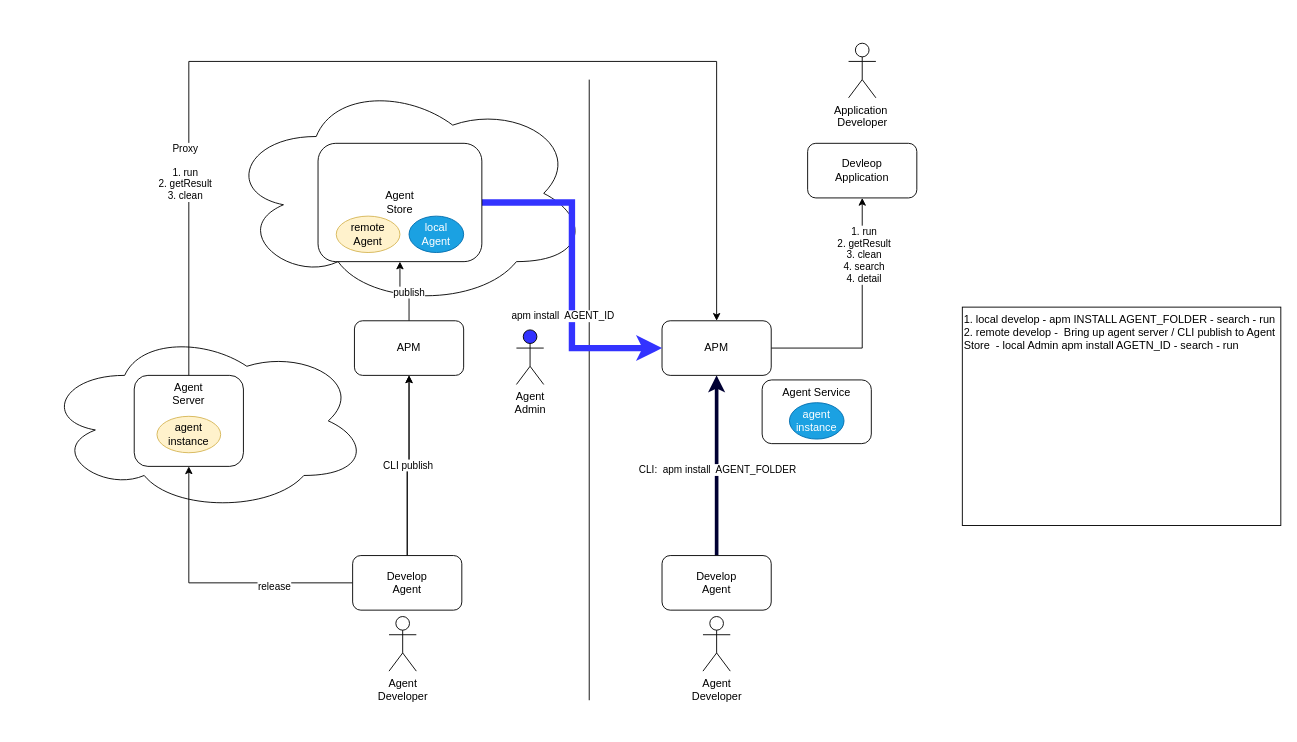
fynal-ai/aidocs keeps this draw.io diagram as page "Agent Business" (4 of 5) of assets/fynal_arch.drawio. Above is the earlier version. Source tidied: cells renumbered, new cells numbered last; positions are measured from the earlier drawing's top-left corner, leaving out a move shared by most shapes. Both pictures are drawn from the tidied source at 91%, with x=0, y=0 at pixel (43, 43).
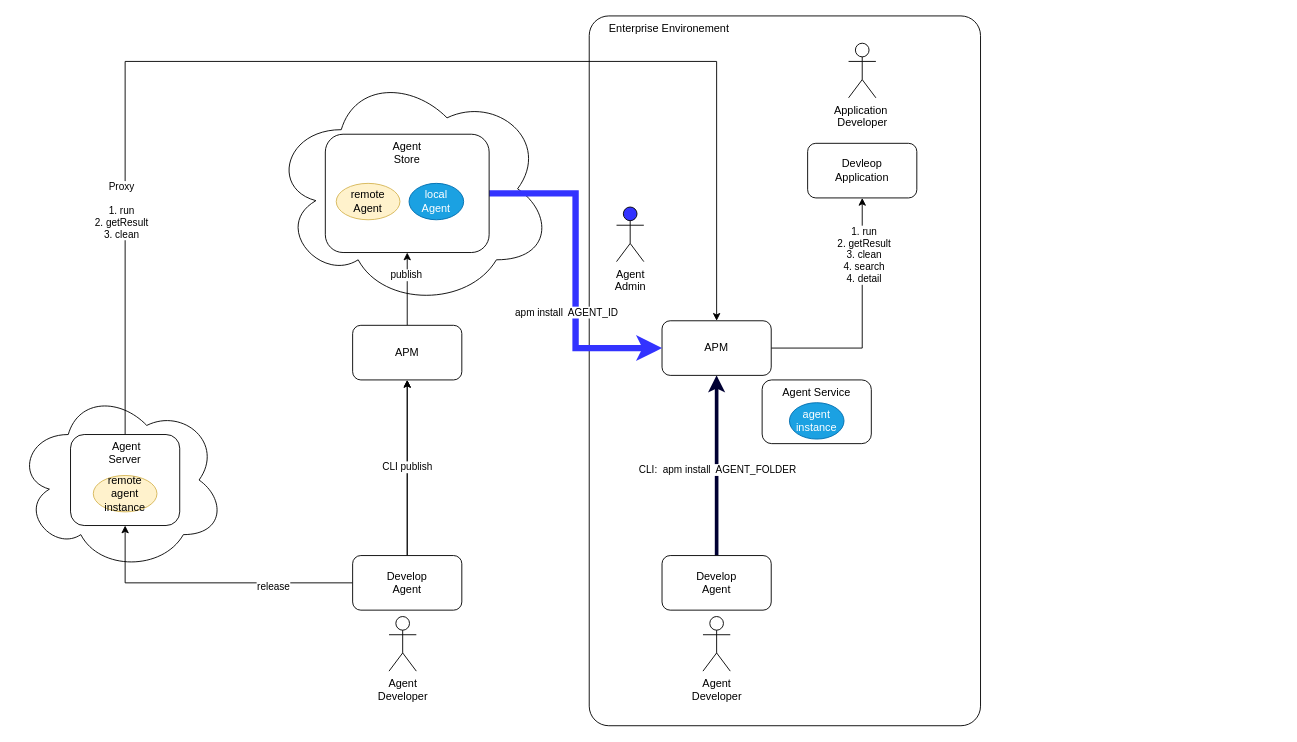
Above is the later version.

Unchanged cells that the change refers to:
```xml
<mxCell id="4" style="edgeStyle=orthogonalEdgeStyle;rounded=0;jettySize=auto;html=1;exitX=0.5;exitY=0;exitDx=0;exitDy=0;" parent="1" edge="1" source="29" target="23">
  <mxGeometry relative="1" as="geometry" />
</mxCell>
<mxCell id="20" value="APM" style="rounded=1;whiteSpace=wrap;html=1;" parent="1" vertex="1">
  <mxGeometry x="680" y="305" width="120" height="60" as="geometry" />
</mxCell>
```

Diff of the diagram source:
```diff
@@
+    <mxCell id="36" value="&amp;nbsp; &amp;nbsp; &amp;nbsp; Enterprise Environement" style="rounded=1;whiteSpace=wrap;html=1;arcSize=5;align=left;verticalAlign=top;" parent="1" vertex="1">
+      <mxGeometry x="600" y="-30" width="430" height="780" as="geometry" />
+    </mxCell>
     <mxCell id="2" style="ellipse;shape=cloud;whiteSpace=wrap;html=1;" parent="1" vertex="1">
-      <mxGeometry y="315" width="358" height="200" as="geometry" />
+      <mxGeometry x="-30" y="380" width="230" height="200" as="geometry" />
     </mxCell>
     <mxCell id="3" style="ellipse;shape=cloud;whiteSpace=wrap;html=1;" parent="1" vertex="1">
-      <mxGeometry x="200" y="40" width="400" height="250" as="geometry" />
+      <mxGeometry x="250" y="30" width="310" height="260" as="geometry" />
     </mxCell>
@@
     <mxCell id="5" value="publish" style="edgeLabel;html=1;align=center;verticalAlign=middle;" parent="4" vertex="1">
-      <mxGeometry x="-0.12" y="1" relative="1" as="geometry" />
+      <mxGeometry x="-0.12" y="1" relative="1" as="geometry">
+        <mxPoint x="-1" y="-21" as="offset" />
+      </mxGeometry>
     </mxCell>
@@
-    <mxCell id="12" style="endArrow=none;html=1;rounded=0;" parent="1" edge="1">
-      <mxGeometry relative="1" as="geometry">
-        <mxPoint x="600" y="722" as="sourcePoint" />
-        <mxPoint x="600" y="40" as="targetPoint" />
-      </mxGeometry>
-    </mxCell>
@@
     <mxCell id="17" value="Agent&lt;div&gt;Admin&lt;/div&gt;" style="shape=umlActor;verticalLabelPosition=bottom;verticalAlign=top;html=1;fillColor=#3333FF;" parent="1" vertex="1">
-      <mxGeometry x="520" y="315" width="30" height="60" as="geometry" />
+      <mxGeometry x="630" y="180" width="30" height="60" as="geometry" />
     </mxCell>
@@
-    <mxCell id="23" value="Agent&lt;div&gt;Store&lt;/div&gt;" style="rounded=1;whiteSpace=wrap;html=1;" parent="1" vertex="1">
-      <mxGeometry x="302" y="110" width="180" height="130" as="geometry" />
+    <mxCell id="23" value="Agent&lt;div&gt;Store&lt;/div&gt;" style="rounded=1;whiteSpace=wrap;html=1;verticalAlign=top;" parent="1" vertex="1">
+      <mxGeometry x="310" y="100" width="180" height="130" as="geometry" />
     </mxCell>
     <mxCell id="24" style="edgeStyle=orthogonalEdgeStyle;rounded=0;jettySize=auto;html=1;entryX=0.5;entryY=0;entryDx=0;entryDy=0;exitX=0.5;exitY=0;exitDx=0;exitDy=0;" parent="1" edge="1" source="26" target="20">
       <mxGeometry relative="1" as="geometry">
         <Array as="points">
-          <mxPoint x="160" y="20" />
+          <mxPoint x="90" y="20" />
           <mxPoint x="740" y="20" />
         </Array>
       </mxGeometry>
     </mxCell>
@@
-    <mxCell id="26" value="Agent&lt;div&gt;Server&lt;/div&gt;" style="rounded=1;whiteSpace=wrap;html=1;verticalAlign=top;" parent="1" vertex="1">
-      <mxGeometry x="100" y="365" width="120" height="100" as="geometry" />
+    <mxCell id="26" value="&amp;nbsp;Agent&lt;div&gt;Server&lt;/div&gt;" style="rounded=1;whiteSpace=wrap;html=1;verticalAlign=top;" parent="1" vertex="1">
+      <mxGeometry x="30" y="430" width="120" height="100" as="geometry" />
     </mxCell>
     <mxCell id="27" value="remote&lt;div&gt;Agent&lt;/div&gt;" style="ellipse;whiteSpace=wrap;html=1;fillColor=#fff2cc;strokeColor=#d6b656;" parent="1" vertex="1">
-      <mxGeometry x="322" y="190" width="70" height="40" as="geometry" />
+      <mxGeometry x="322" y="154" width="70" height="40" as="geometry" />
     </mxCell>
     <mxCell id="28" value="local&lt;div&gt;Agent&lt;/div&gt;" style="ellipse;whiteSpace=wrap;html=1;fillColor=#1ba1e2;fontColor=#ffffff;strokeColor=#006EAF;" parent="1" vertex="1">
-      <mxGeometry x="402" y="190" width="60" height="40" as="geometry" />
+      <mxGeometry x="402" y="154" width="60" height="40" as="geometry" />
     </mxCell>
     <mxCell id="29" value="APM" style="rounded=1;whiteSpace=wrap;html=1;" parent="1" vertex="1">
-      <mxGeometry x="342" y="305" width="120" height="60" as="geometry" />
+      <mxGeometry x="340" y="310" width="120" height="60" as="geometry" />
     </mxCell>
@@
-    <mxCell id="34" value="agent&lt;div&gt;instance&lt;/div&gt;" style="ellipse;whiteSpace=wrap;html=1;fillColor=#fff2cc;strokeColor=#d6b656;" parent="1" vertex="1">
-      <mxGeometry x="125" y="410" width="70" height="40" as="geometry" />
+    <mxCell id="34" value="remote agent&lt;div&gt;instance&lt;/div&gt;" style="ellipse;whiteSpace=wrap;html=1;fillColor=#fff2cc;strokeColor=#d6b656;" parent="1" vertex="1">
+      <mxGeometry x="55" y="475" width="70" height="40" as="geometry" />
     </mxCell>
-    <mxCell id="35" value="1. local develop - apm INSTALL AGENT_FOLDER - search - run&lt;div&gt;2. remote develop -&amp;nbsp; Bring up agent server /&amp;nbsp;&lt;span style=&quot;background-color: initial;&quot;&gt;CLI publish to Agent Store&amp;nbsp; - local Admin apm install AGETN_ID - search - run&lt;/span&gt;&lt;/div&gt;" style="rounded=1;whiteSpace=wrap;html=1;align=left;verticalAlign=top;arcSize=0;" parent="1" vertex="1">
-      <mxGeometry x="1010" y="290" width="350" height="240" as="geometry" />
-    </mxCell>
```
